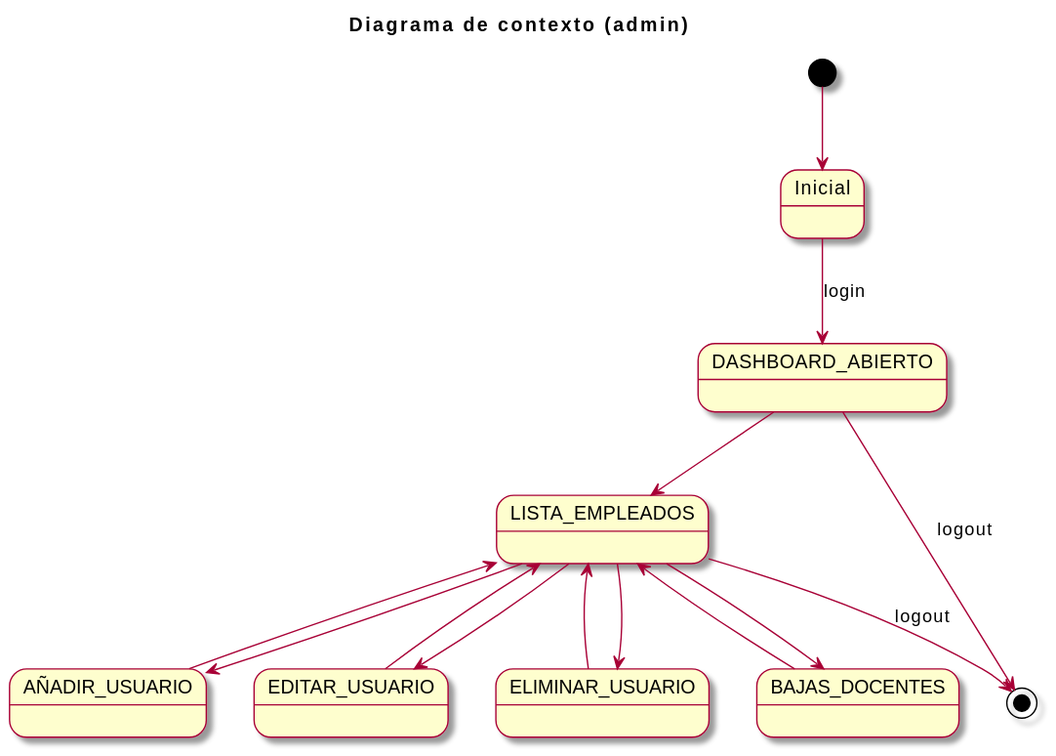
The PlantUML diagram imagenes/casosDeUso/diagramaContexto(admin).svg in mmasias/23-24-IdSw1-SDR, before a commit. Source of this version:
```plantuml
@startuml
skin rose
title Diagrama de contexto (admin)

[*] -->  Inicial

Inicial -d-> DASHBOARD_ABIERTO : login

DASHBOARD_ABIERTO --> LISTA_EMPLEADOS

LISTA_EMPLEADOS <-- AÑADIR_USUARIO
LISTA_EMPLEADOS <-- EDITAR_USUARIO
LISTA_EMPLEADOS <-- ELIMINAR_USUARIO
LISTA_EMPLEADOS <-- BAJAS_DOCENTES

LISTA_EMPLEADOS --> AÑADIR_USUARIO
LISTA_EMPLEADOS --> EDITAR_USUARIO
LISTA_EMPLEADOS --> ELIMINAR_USUARIO
LISTA_EMPLEADOS --> BAJAS_DOCENTES


DASHBOARD_ABIERTO --> [*] : logout
LISTA_EMPLEADOS --> [*] : logout
@enduml
```
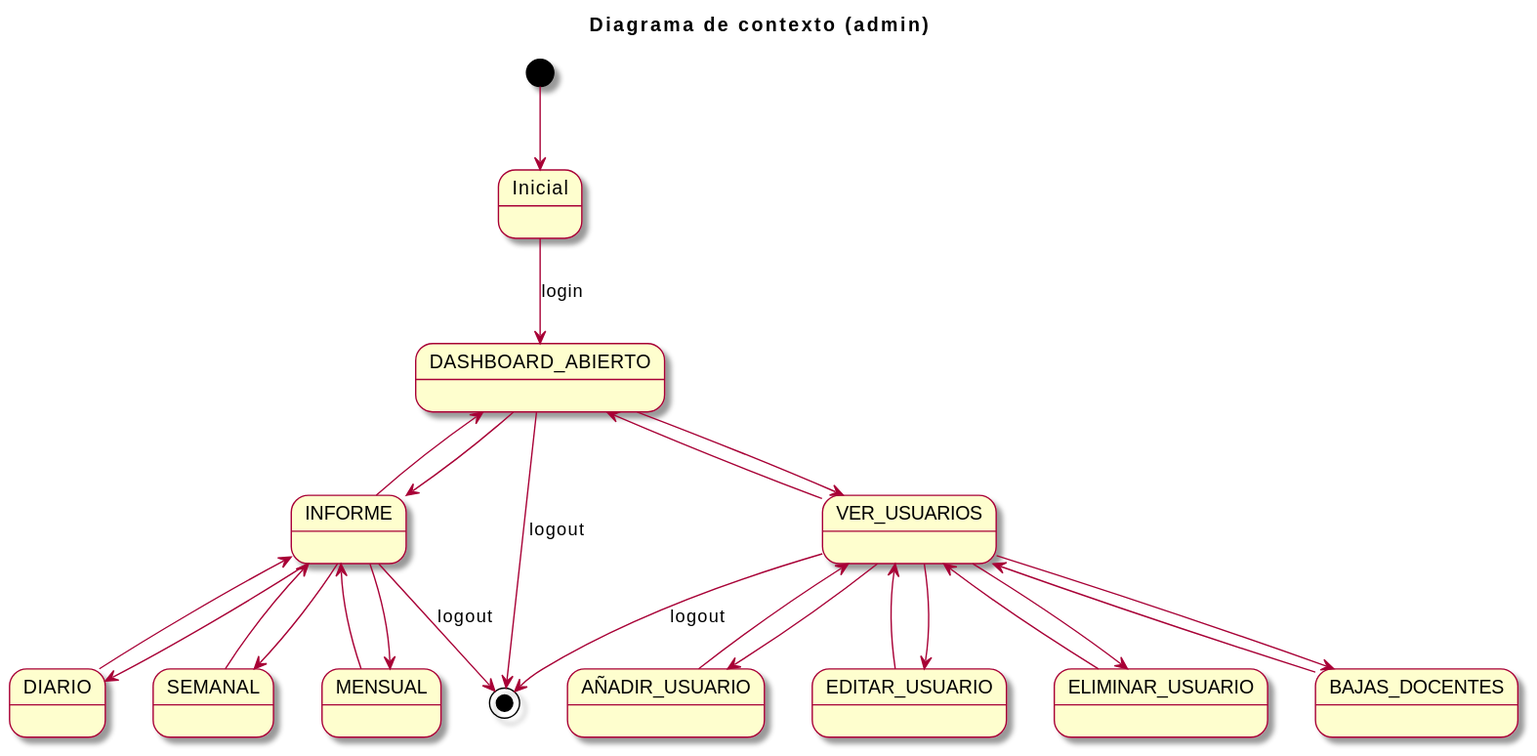
The same diagram one commit later.

Commit message:
Mejorando el diagrama de contexto de administrador

Change to the diagram source:
```diff
@@ -6,19 +6,34 @@
 
 Inicial -d-> DASHBOARD_ABIERTO : login
 
-DASHBOARD_ABIERTO --> LISTA_EMPLEADOS
+DASHBOARD_ABIERTO --> VER_USUARIOS
+DASHBOARD_ABIERTO <-- VER_USUARIOS
 
-LISTA_EMPLEADOS <-- AÑADIR_USUARIO
-LISTA_EMPLEADOS <-- EDITAR_USUARIO
-LISTA_EMPLEADOS <-- ELIMINAR_USUARIO
-LISTA_EMPLEADOS <-- BAJAS_DOCENTES
 
-LISTA_EMPLEADOS --> AÑADIR_USUARIO
-LISTA_EMPLEADOS --> EDITAR_USUARIO
-LISTA_EMPLEADOS --> ELIMINAR_USUARIO
-LISTA_EMPLEADOS --> BAJAS_DOCENTES
+
+VER_USUARIOS <-- AÑADIR_USUARIO
+VER_USUARIOS <-- EDITAR_USUARIO
+VER_USUARIOS <-- ELIMINAR_USUARIO
+VER_USUARIOS <-- BAJAS_DOCENTES
+
+VER_USUARIOS --> AÑADIR_USUARIO
+VER_USUARIOS --> EDITAR_USUARIO
+VER_USUARIOS --> ELIMINAR_USUARIO
+VER_USUARIOS --> BAJAS_DOCENTES
+
+DASHBOARD_ABIERTO --> INFORME
+DASHBOARD_ABIERTO <-- INFORME
+
+INFORME --> DIARIO
+INFORME --> SEMANAL
+INFORME --> MENSUAL
+
+INFORME <-- DIARIO
+INFORME <-- SEMANAL
+INFORME <-- MENSUAL
 
 
 DASHBOARD_ABIERTO --> [*] : logout
-LISTA_EMPLEADOS --> [*] : logout
+VER_USUARIOS --> [*] : logout
+INFORME --> [*] : logout
 @enduml
```
